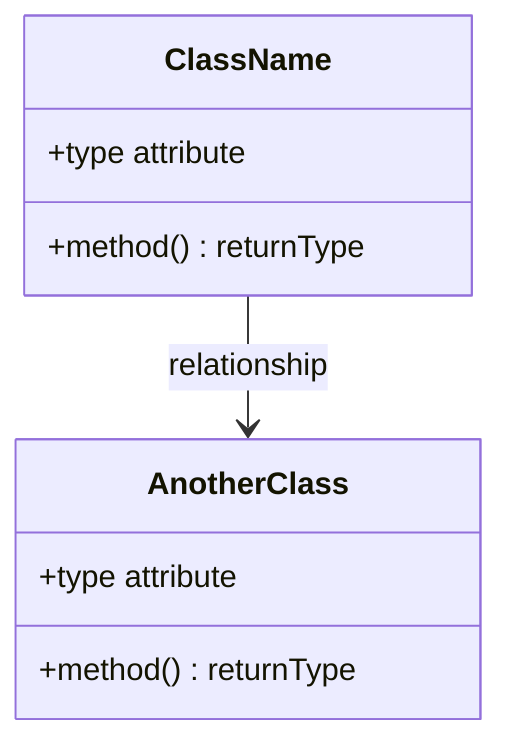
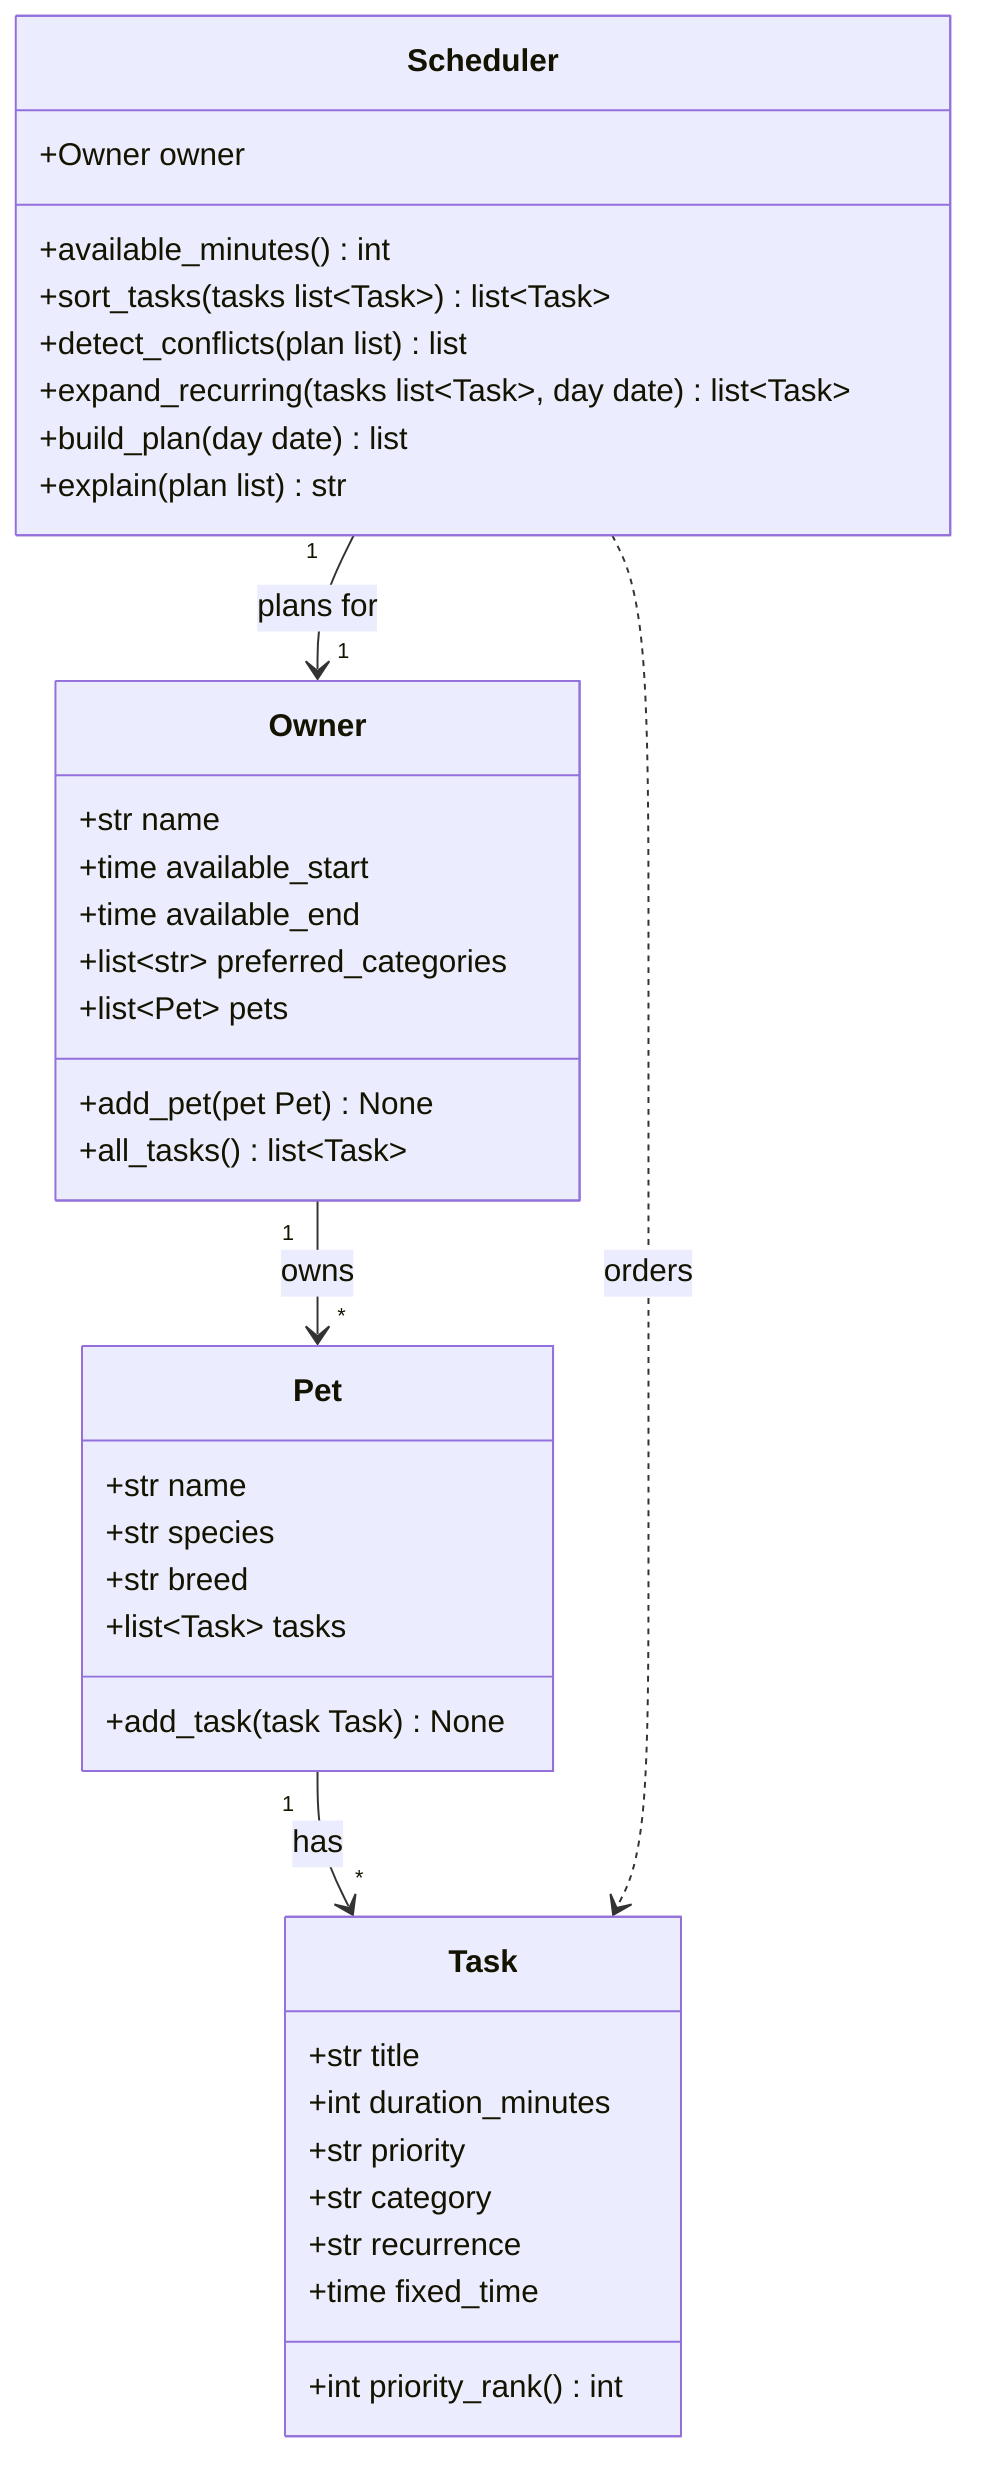
classDiagram
-     %% Replace the placeholders below with your actual classes, attributes, methods, and relationships.
-     %% Keep this file updated so it matches your final implementation.
+     %% PawPal+ system design (Phase 1 draft).
+     %% Keep this file updated so it matches the final implementation in pawpal_system.py.

-     class ClassName {
-         +type attribute
-         +method() returnType
+     class Owner {
+         +str name
+         +time available_start
+         +time available_end
+         +list~str~ preferred_categories
+         +list~Pet~ pets
+         +add_pet(pet Pet) None
+         +all_tasks() list~Task~
    }

-     class AnotherClass {
-         +type attribute
-         +method() returnType
+     class Pet {
+         +str name
+         +str species
+         +str breed
+         +list~Task~ tasks
+         +add_task(task Task) None
    }

-     ClassName --> AnotherClass : relationship
+     class Task {
+         +str title
+         +int duration_minutes
+         +str priority
+         +str category
+         +str recurrence
+         +time fixed_time
+         +int priority_rank() int
+     }
+ 
+     class Scheduler {
+         +Owner owner
+         +available_minutes() int
+         +sort_tasks(tasks list~Task~) list~Task~
+         +detect_conflicts(plan list) list
+         +expand_recurring(tasks list~Task~, day date) list~Task~
+         +build_plan(day date) list
+         +explain(plan list) str
+     }
+ 
+     Owner "1" --> "*" Pet : owns
+     Pet "1" --> "*" Task : has
+     Scheduler "1" --> "1" Owner : plans for
+     Scheduler ..> Task : orders
